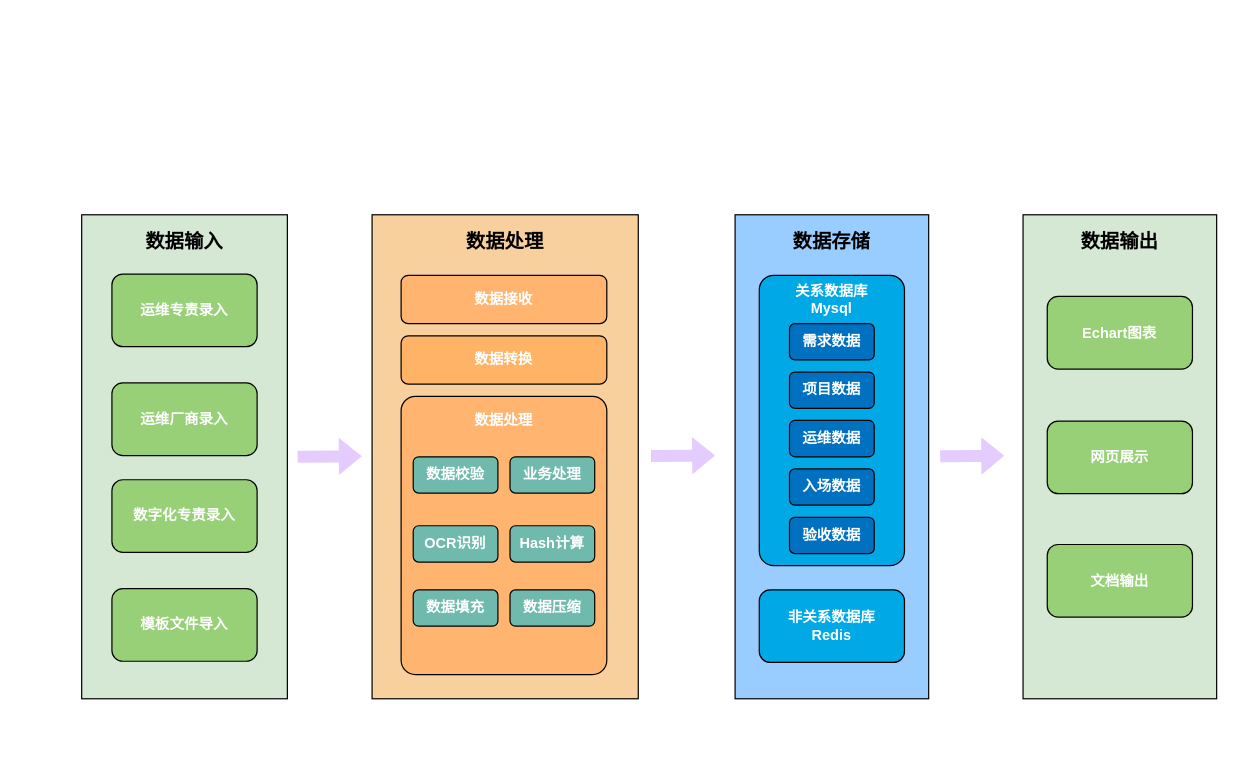
diaosinanshen/draw keeps this draw.io diagram as 信息运维数据架构.drawio. Above is the earlier version. Source tidied: cells renumbered, new cells numbered last; positions are measured from the earlier drawing's top-left corner, leaving out a move shared by most shapes. Both pictures are drawn from the tidied source at 121%, with x=0, y=0 at pixel (81, 214).
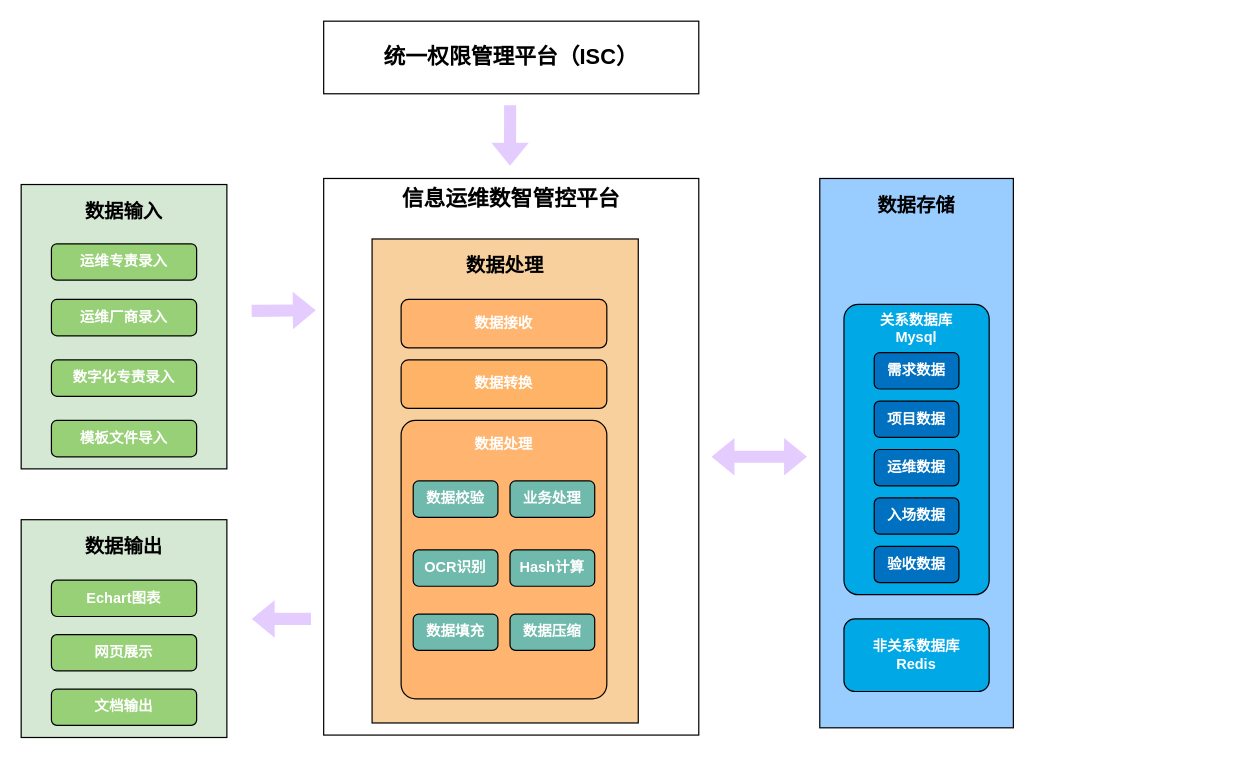
The same page after the edit.

Commit message:
更新信息运维数据架构.drawio

Change to the diagram source:
```diff
@@
+    <mxCell id="32" value="信息运维数智管控平台" style="rounded=0;whiteSpace=wrap;html=1;verticalAlign=top;fontSize=18;fontStyle=1;" parent="1" vertex="1">
+      <mxGeometry x="200" y="-30" width="310" height="460" as="geometry" />
+    </mxCell>
     <mxCell id="2" value="数据输入" style="rounded=0;whiteSpace=wrap;html=1;verticalAlign=top;fillColor=#D5E8D4;fontColor=#000000;fontStyle=1;fontSize=16;spacingTop=6;" parent="1" vertex="1">
-      <mxGeometry width="170" height="400" as="geometry" />
+      <mxGeometry x="-50" y="-25" width="170" height="235" as="geometry" />
     </mxCell>
     <mxCell id="3" value="运维专责录入" style="rounded=1;whiteSpace=wrap;html=1;fillColor=#97D077;labelBorderColor=none;fontColor=#FFFFFF;fontStyle=1;" parent="1" vertex="1">
-      <mxGeometry x="25" y="49" width="120" height="60" as="geometry" />
+      <mxGeometry x="-25" y="24" width="120" height="30" as="geometry" />
     </mxCell>
     <mxCell id="4" value="模板文件导入" style="rounded=1;whiteSpace=wrap;html=1;fillColor=#97D077;labelBorderColor=none;fontColor=#FFFFFF;fontStyle=1;" parent="1" vertex="1">
-      <mxGeometry x="25" y="309" width="120" height="60" as="geometry" />
+      <mxGeometry x="-25" y="170" width="120" height="30" as="geometry" />
     </mxCell>
     <mxCell id="5" value="数据处理" style="rounded=0;whiteSpace=wrap;html=1;verticalAlign=top;fillColor=#F7D09E;fontColor=#000000;fontStyle=1;fontSize=16;spacingTop=6;" parent="1" vertex="1">
-      <mxGeometry x="240" width="220" height="400" as="geometry" />
+      <mxGeometry x="240" y="20" width="220" height="400" as="geometry" />
     </mxCell>
     <mxCell id="6" value="数据存储" style="rounded=0;whiteSpace=wrap;html=1;verticalAlign=top;fillColor=#99CCFF;fontColor=#000000;fontStyle=1;fontSize=16;spacingTop=6;" parent="1" vertex="1">
-      <mxGeometry x="540" width="160" height="400" as="geometry" />
+      <mxGeometry x="610" y="-30" width="160" height="454" as="geometry" />
     </mxCell>
     <mxCell id="7" value="关系数据库&lt;br&gt;Mysql" style="rounded=1;whiteSpace=wrap;html=1;verticalAlign=top;fillColor=#00A8E6;fontColor=#FFFFFF;fontStyle=1;arcSize=10;" parent="1" vertex="1">
-      <mxGeometry x="560" y="50" width="120" height="240" as="geometry" />
+      <mxGeometry x="630" y="74" width="120" height="240" as="geometry" />
     </mxCell>
     <mxCell id="8" value="非关系数据库&lt;br&gt;Redis" style="rounded=1;whiteSpace=wrap;html=1;fillColor=#00A8E6;fontColor=#FFFFFF;fontStyle=1;" parent="1" vertex="1">
-      <mxGeometry x="560" y="310" width="120" height="60" as="geometry" />
+      <mxGeometry x="630" y="334" width="120" height="60" as="geometry" />
     </mxCell>
     <mxCell id="9" value="数据接收" style="rounded=1;whiteSpace=wrap;html=1;fillColor=#FFB570;fontColor=#FFFFFF;fontStyle=1;" parent="1" vertex="1">
-      <mxGeometry x="264" y="50" width="170" height="40" as="geometry" />
+      <mxGeometry x="264" y="70" width="170" height="40" as="geometry" />
     </mxCell>
     <mxCell id="10" value="数据转换" style="rounded=1;whiteSpace=wrap;html=1;verticalAlign=middle;fillColor=#FFB366;fontColor=#FFFFFF;fontStyle=1;" parent="1" vertex="1">
-      <mxGeometry x="264" y="100" width="170" height="40" as="geometry" />
+      <mxGeometry x="264" y="120" width="170" height="40" as="geometry" />
     </mxCell>
     <mxCell id="11" value="数据处理" style="rounded=1;whiteSpace=wrap;html=1;verticalAlign=top;fillColor=#FFB570;fontColor=#FFFFFF;fontStyle=1;spacingTop=6;arcSize=7;" parent="1" vertex="1">
-      <mxGeometry x="264" y="150" width="170" height="230" as="geometry" />
+      <mxGeometry x="264" y="170" width="170" height="230" as="geometry" />
     </mxCell>
     <mxCell id="12" style="shape=flexArrow;endArrow=classic;html=1;rounded=0;entryX=0;entryY=0.5;entryDx=0;entryDy=0;fontColor=#FFFFFF;fontStyle=1;strokeColor=none;fillColor=#E5CCFF;" parent="1" edge="1">
       <mxGeometry relative="1" as="geometry">
-        <mxPoint x="178" y="200" as="sourcePoint" />
-        <mxPoint x="232" y="199.6" as="targetPoint" />
+        <mxPoint x="140" y="79.4" as="sourcePoint" />
+        <mxPoint x="194" y="78.9" as="targetPoint" />
       </mxGeometry>
     </mxCell>
     <mxCell id="13" value="数据输出" style="rounded=0;whiteSpace=wrap;html=1;verticalAlign=top;fillColor=#D5E8D4;fontColor=#000000;fontStyle=1;fontSize=16;spacingTop=6;" parent="1" vertex="1">
-      <mxGeometry x="778" width="160" height="400" as="geometry" />
+      <mxGeometry x="-50" y="252" width="170" height="180" as="geometry" />
     </mxCell>
     <mxCell id="14" value="Echart图表" style="rounded=1;whiteSpace=wrap;html=1;fillColor=#97D077;fontColor=#FFFFFF;fontStyle=1;" parent="1" vertex="1">
-      <mxGeometry x="798" y="67.5" width="120" height="60" as="geometry" />
+      <mxGeometry x="-25" y="302" width="120" height="30" as="geometry" />
     </mxCell>
     <mxCell id="15" value="网页展示" style="rounded=1;whiteSpace=wrap;html=1;fillColor=#97D077;fontColor=#FFFFFF;fontStyle=1;" parent="1" vertex="1">
-      <mxGeometry x="798" y="170.5" width="120" height="60" as="geometry" />
+      <mxGeometry x="-25" y="347" width="120" height="30" as="geometry" />
     </mxCell>
     <mxCell id="16" value="文档输出" style="rounded=1;whiteSpace=wrap;html=1;fillColor=#97D077;fontColor=#FFFFFF;fontStyle=1;" parent="1" vertex="1">
-      <mxGeometry x="798" y="272.5" width="120" height="60" as="geometry" />
+      <mxGeometry x="-25" y="392" width="120" height="30" as="geometry" />
     </mxCell>
     <mxCell id="17" value="运维厂商录入" style="rounded=1;whiteSpace=wrap;html=1;fillColor=#97D077;labelBorderColor=none;fontColor=#FFFFFF;fontStyle=1;" parent="1" vertex="1">
-      <mxGeometry x="25" y="139" width="120" height="60" as="geometry" />
+      <mxGeometry x="-25" y="70" width="120" height="30" as="geometry" />
     </mxCell>
     <mxCell id="18" value="数字化专责录入" style="rounded=1;whiteSpace=wrap;html=1;fillColor=#97D077;labelBorderColor=none;fontColor=#FFFFFF;fontStyle=1;" parent="1" vertex="1">
-      <mxGeometry x="25" y="219" width="120" height="60" as="geometry" />
+      <mxGeometry x="-25" y="120" width="120" height="30" as="geometry" />
     </mxCell>
     <mxCell id="19" value="需求数据" style="rounded=1;whiteSpace=wrap;html=1;fillColor=#0071C0;fontColor=#FFFFFF;fontStyle=1;" parent="1" vertex="1">
-      <mxGeometry x="585" y="90" width="70" height="30" as="geometry" />
+      <mxGeometry x="655" y="114" width="70" height="30" as="geometry" />
     </mxCell>
     <mxCell id="20" value="项目数据" style="rounded=1;whiteSpace=wrap;html=1;fillColor=#0071C0;fontColor=#FFFFFF;fontStyle=1;" parent="1" vertex="1">
-      <mxGeometry x="585" y="130" width="70" height="30" as="geometry" />
+      <mxGeometry x="655" y="154" width="70" height="30" as="geometry" />
     </mxCell>
     <mxCell id="21" value="运维数据" style="rounded=1;whiteSpace=wrap;html=1;fillColor=#0071C0;fontColor=#FFFFFF;fontStyle=1;" parent="1" vertex="1">
-      <mxGeometry x="585" y="170" width="70" height="30" as="geometry" />
+      <mxGeometry x="655" y="194" width="70" height="30" as="geometry" />
     </mxCell>
     <mxCell id="22" value="验收数据" style="rounded=1;whiteSpace=wrap;html=1;fillColor=#0071C0;fontColor=#FFFFFF;fontStyle=1;" parent="1" vertex="1">
-      <mxGeometry x="585" y="250" width="70" height="30" as="geometry" />
+      <mxGeometry x="655" y="274" width="70" height="30" as="geometry" />
     </mxCell>
     <mxCell id="23" value="入场数据" style="rounded=1;whiteSpace=wrap;html=1;fillColor=#0071C0;fontColor=#FFFFFF;fontStyle=1;" parent="1" vertex="1">
-      <mxGeometry x="585" y="210" width="70" height="30" as="geometry" />
+      <mxGeometry x="655" y="234" width="70" height="30" as="geometry" />
     </mxCell>
     <mxCell id="24" value="OCR识别" style="rounded=1;whiteSpace=wrap;html=1;fillColor=#70BAAD;fontColor=#FFFFFF;fontStyle=1;" parent="1" vertex="1">
-      <mxGeometry x="274" y="257" width="70" height="30" as="geometry" />
+      <mxGeometry x="274" y="277" width="70" height="30" as="geometry" />
     </mxCell>
     <mxCell id="25" value="Hash计算" style="rounded=1;whiteSpace=wrap;html=1;fillColor=#70BAAD;fontColor=#FFFFFF;fontStyle=1;" parent="1" vertex="1">
-      <mxGeometry x="354" y="257" width="70" height="30" as="geometry" />
+      <mxGeometry x="354" y="277" width="70" height="30" as="geometry" />
     </mxCell>
     <mxCell id="26" value="数据校验" style="rounded=1;whiteSpace=wrap;html=1;fillColor=#70BAAD;fontColor=#FFFFFF;fontStyle=1;" parent="1" vertex="1">
-      <mxGeometry x="274" y="200" width="70" height="30" as="geometry" />
+      <mxGeometry x="274" y="220" width="70" height="30" as="geometry" />
     </mxCell>
     <mxCell id="27" value="业务处理" style="rounded=1;whiteSpace=wrap;html=1;fillColor=#70BAAD;fontColor=#FFFFFF;fontStyle=1;" parent="1" vertex="1">
-      <mxGeometry x="354" y="200" width="70" height="30" as="geometry" />
+      <mxGeometry x="354" y="220" width="70" height="30" as="geometry" />
     </mxCell>
     <mxCell id="28" value="数据压缩" style="rounded=1;whiteSpace=wrap;html=1;fillColor=#70BAAD;fontColor=#FFFFFF;fontStyle=1;" parent="1" vertex="1">
-      <mxGeometry x="354" y="310" width="70" height="30" as="geometry" />
+      <mxGeometry x="354" y="330" width="70" height="30" as="geometry" />
     </mxCell>
     <mxCell id="29" value="数据填充" style="rounded=1;whiteSpace=wrap;html=1;fillColor=#70BAAD;fontColor=#FFFFFF;fontStyle=1;" parent="1" vertex="1">
-      <mxGeometry x="274" y="310" width="70" height="30" as="geometry" />
+      <mxGeometry x="274" y="330" width="70" height="30" as="geometry" />
     </mxCell>
-    <mxCell id="30" style="shape=flexArrow;endArrow=classic;html=1;rounded=0;entryX=0;entryY=0.5;entryDx=0;entryDy=0;fontColor=#FFFFFF;fontStyle=1;strokeColor=none;fillColor=#E5CCFF;" parent="1" edge="1">
+    <mxCell id="30" style="shape=flexArrow;endArrow=classic;html=1;rounded=0;fontColor=#FFFFFF;fontStyle=1;strokeColor=none;fillColor=#E5CCFF;" parent="1" edge="1">
       <mxGeometry relative="1" as="geometry">
-        <mxPoint x="470" y="199.4" as="sourcePoint" />
-        <mxPoint x="524" y="199" as="targetPoint" />
+        <mxPoint x="190" y="334" as="sourcePoint" />
+        <mxPoint x="140" y="334" as="targetPoint" />
       </mxGeometry>
     </mxCell>
-    <mxCell id="31" style="shape=flexArrow;endArrow=classic;html=1;rounded=0;entryX=0;entryY=0.5;entryDx=0;entryDy=0;fontColor=#FFFFFF;fontStyle=1;strokeColor=none;fillColor=#E5CCFF;" parent="1" edge="1">
-      <mxGeometry relative="1" as="geometry">
-        <mxPoint x="709" y="199.6" as="sourcePoint" />
-        <mxPoint x="763" y="199.2" as="targetPoint" />
-      </mxGeometry>
-    </mxCell>
+    <mxCell id="33" value="统一权限管理平台（ISC）" style="rounded=0;whiteSpace=wrap;html=1;fontSize=18;fontStyle=1;" parent="1" vertex="1">
+      <mxGeometry x="200" y="-160" width="310" height="60" as="geometry" />
+    </mxCell>
+    <mxCell id="34" style="shape=flexArrow;endArrow=classic;html=1;rounded=0;fontColor=#FFFFFF;fontStyle=1;strokeColor=none;fillColor=#E5CCFF;width=10;" parent="1" edge="1">
+      <mxGeometry relative="1" as="geometry">
+        <mxPoint x="354.1" y="-91" as="sourcePoint" />
+        <mxPoint x="354" y="-40" as="targetPoint" />
+      </mxGeometry>
+    </mxCell>
+    <mxCell id="35" style="shape=flexArrow;endArrow=classic;startArrow=classic;html=1;rounded=0;fillColor=#E5CCFF;strokeColor=none;" parent="1" edge="1">
+      <mxGeometry relative="1" as="geometry">
+        <mxPoint x="520" y="200" as="sourcePoint" />
+        <mxPoint x="600" y="200" as="targetPoint" />
+      </mxGeometry>
+    </mxCell>
```
